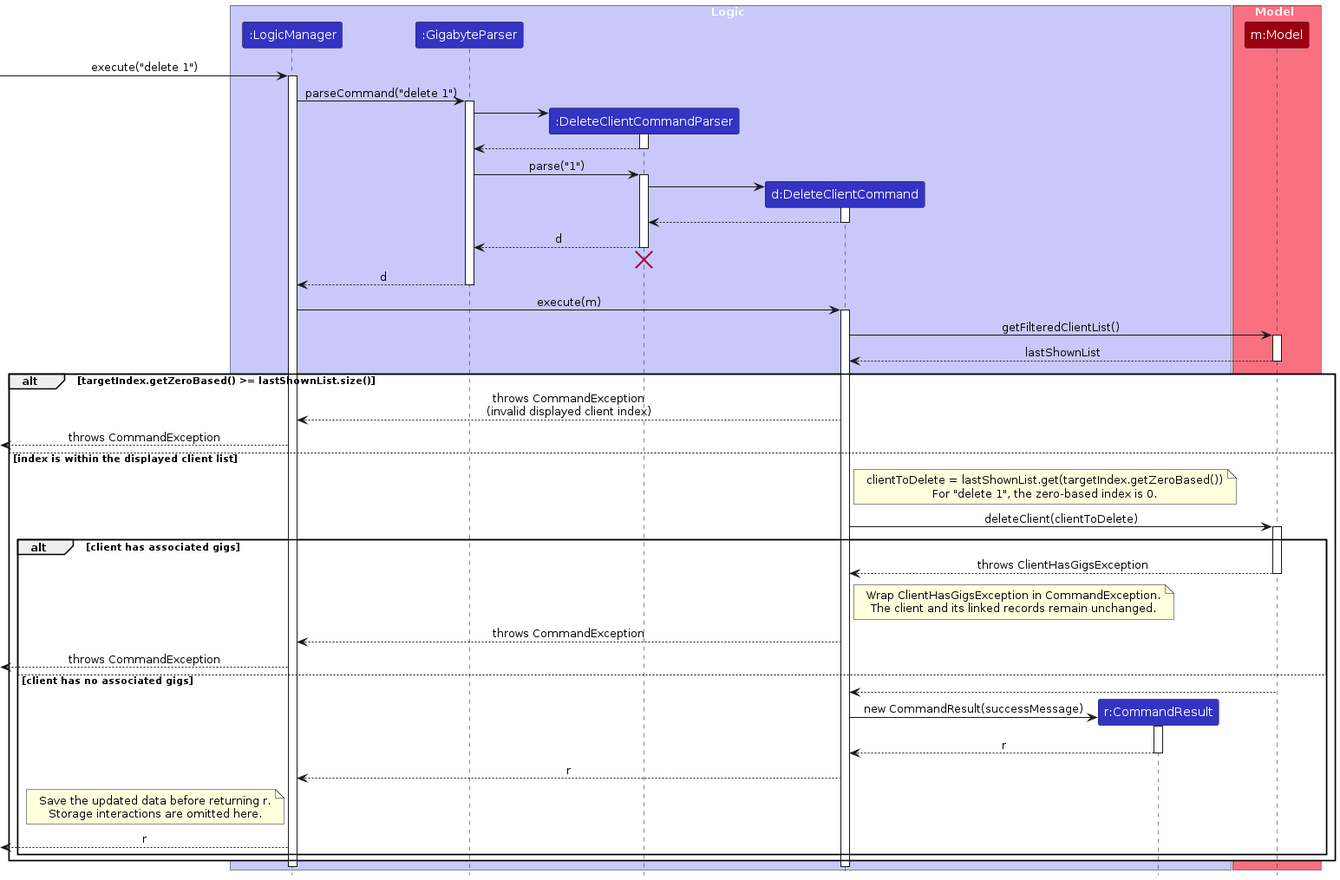
Before: diagrams/DeleteSequenceDiagram.png, a diagram exported from PlantUML (AY2627S1-CS2103T-W14-4/tp). Its source is kept beside it as diagrams/DeleteSequenceDiagram.puml.
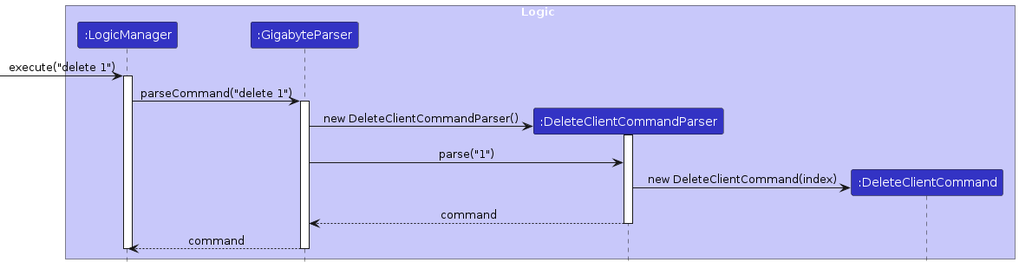
Later version of the same file.

The edit, as a diff of the source:
```diff
@@ -3,98 +3,26 @@
 skinparam ArrowFontStyle plain
 
 box Logic LOGIC_COLOR_T1
-participant ":LogicManager" as LogicManager LOGIC_COLOR
-participant ":GigabyteParser" as GigabyteParser LOGIC_COLOR
-participant ":DeleteClientCommandParser" as DeleteClientCommandParser LOGIC_COLOR
-participant "d:DeleteClientCommand" as DeleteClientCommand LOGIC_COLOR
-participant "r:CommandResult" as CommandResult LOGIC_COLOR
+participant ":LogicManager" as logic LOGIC_COLOR
+participant ":GigabyteParser" as parser LOGIC_COLOR
+participant ":DeleteClientCommandParser" as deleteParser LOGIC_COLOR
+participant ":DeleteClientCommand" as command LOGIC_COLOR
 end box
 
-box Model MODEL_COLOR_T1
-participant "m:Model" as Model MODEL_COLOR
-end box
+[-> logic : execute("delete 1")
+activate logic
+logic -> parser : parseCommand("delete 1")
+activate parser
+create deleteParser
+parser -> deleteParser : new DeleteClientCommandParser()
+activate deleteParser
+parser -> deleteParser : parse("1")
+create command
+deleteParser -> command : new DeleteClientCommand(index)
+deleteParser --> parser : command
+deactivate deleteParser
+parser --> logic : command
+deactivate parser
+deactivate logic
 
-[-> LogicManager : execute("delete 1")
-activate LogicManager
-
-LogicManager -> GigabyteParser : parseCommand("delete 1")
-activate GigabyteParser
-
-create DeleteClientCommandParser
-GigabyteParser -> DeleteClientCommandParser
-activate DeleteClientCommandParser
-
-DeleteClientCommandParser --> GigabyteParser
-deactivate DeleteClientCommandParser
-
-GigabyteParser -> DeleteClientCommandParser : parse("1")
-activate DeleteClientCommandParser
-
-create DeleteClientCommand
-DeleteClientCommandParser -> DeleteClientCommand
-activate DeleteClientCommand
-
-DeleteClientCommand --> DeleteClientCommandParser :
-deactivate DeleteClientCommand
-
-DeleteClientCommandParser --> GigabyteParser : d
-deactivate DeleteClientCommandParser
-DeleteClientCommandParser -[hidden]-> GigabyteParser
-destroy DeleteClientCommandParser
-
-GigabyteParser --> LogicManager : d
-deactivate GigabyteParser
-
-LogicManager -> DeleteClientCommand : execute(m)
-activate DeleteClientCommand
-
-DeleteClientCommand -> Model : getFilteredClientList()
-activate Model
-
-Model --> DeleteClientCommand : lastShownList
-deactivate Model
-
-alt targetIndex.getZeroBased() >= lastShownList.size()
-    DeleteClientCommand --> LogicManager : throws CommandException\n(invalid displayed client index)
-    [<-- LogicManager : throws CommandException
-else index is within the displayed client list
-    note right of DeleteClientCommand
-        clientToDelete = lastShownList.get(targetIndex.getZeroBased())
-        For "delete 1", the zero-based index is 0.
-    end note
-
-    DeleteClientCommand -> Model : deleteClient(clientToDelete)
-    activate Model
-
-    alt client has associated gigs
-        Model --> DeleteClientCommand : throws ClientHasGigsException
-        deactivate Model
-        note right of DeleteClientCommand
-            Wrap ClientHasGigsException in CommandException.
-            The client and its linked records remain unchanged.
-        end note
-        DeleteClientCommand --> LogicManager : throws CommandException
-        [<-- LogicManager : throws CommandException
-    else client has no associated gigs
-        Model --> DeleteClientCommand
-        deactivate Model
-
-        create CommandResult
-        DeleteClientCommand -> CommandResult : new CommandResult(successMessage)
-        activate CommandResult
-
-        CommandResult --> DeleteClientCommand : r
-        deactivate CommandResult
-
-        DeleteClientCommand --> LogicManager : r
-        note left of LogicManager
-            Save the updated data before returning r.
-            Storage interactions are omitted here.
-        end note
-        [<-- LogicManager : r
-    end
-end
-
-deactivate DeleteClientCommand
-deactivate LogicManager
 @enduml
```
